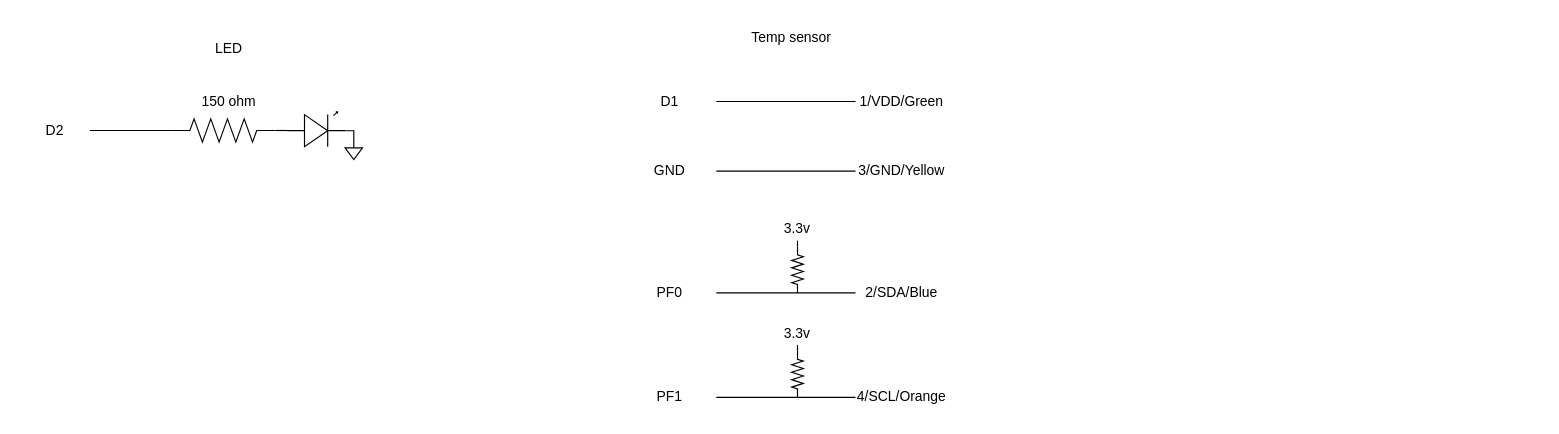
Earlier version of the draw.io diagram datasheets/electrical diagram.drawio (SvenWesterhof/stm32_layered_event-driven_architecture). Source tidied: cells renumbered, new cells numbered last; positions are measured from the earlier drawing's top-left corner, leaving out a move shared by most shapes. Both pictures are drawn from the tidied source at 116%, with x=0, y=0 at pixel (20, 20).
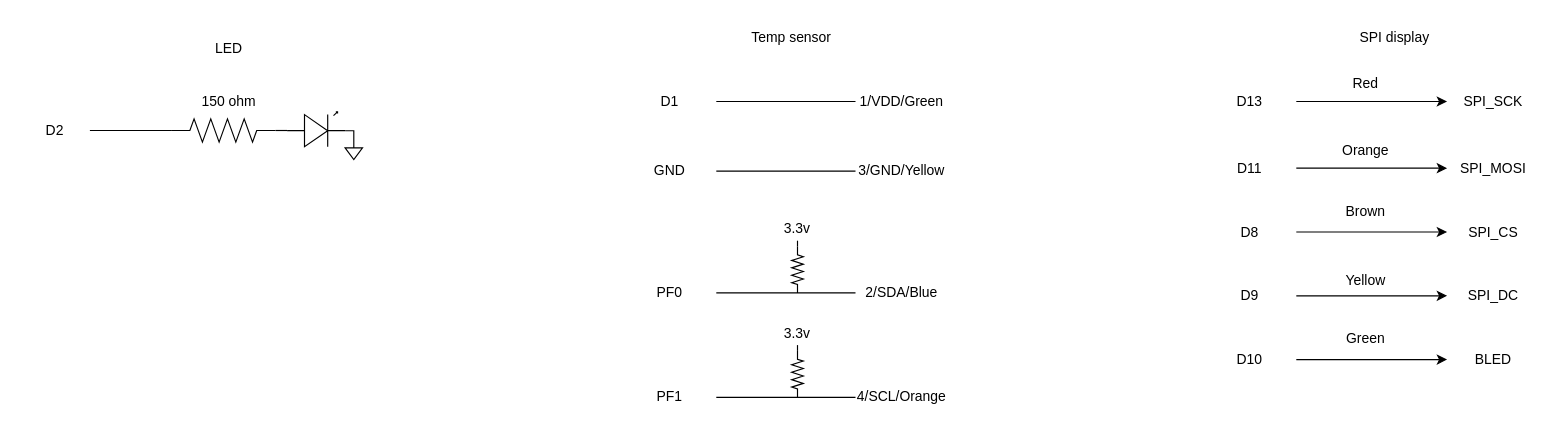
The same page after the edit.

Change to the diagram source:
```diff
@@
+    <mxCell id="30" value="SPI display" style="text;html=1;strokeColor=none;fillColor=none;align=center;verticalAlign=middle;whiteSpace=wrap;rounded=0;" parent="1" vertex="1">
+      <mxGeometry x="1130" width="110" height="30" as="geometry" />
+    </mxCell>
+    <mxCell id="31" style="edgeStyle=orthogonalEdgeStyle;rounded=0;jettySize=auto;html=1;exitX=1;exitY=0.5;exitDx=0;exitDy=0;entryX=0;entryY=0.5;entryDx=0;entryDy=0;" parent="1" edge="1" source="32" target="35">
+      <mxGeometry relative="1" as="geometry" />
+    </mxCell>
+    <mxCell id="32" value="D13" style="text;html=1;strokeColor=none;fillColor=none;align=center;verticalAlign=middle;whiteSpace=wrap;rounded=0;" parent="1" vertex="1">
+      <mxGeometry x="1020" y="57.5" width="80" height="25" as="geometry" />
+    </mxCell>
+    <mxCell id="33" style="edgeStyle=orthogonalEdgeStyle;rounded=0;jettySize=auto;html=1;exitX=1;exitY=0.5;exitDx=0;exitDy=0;entryX=0;entryY=0.5;entryDx=0;entryDy=0;" parent="1" edge="1" source="34" target="36">
+      <mxGeometry relative="1" as="geometry" />
+    </mxCell>
+    <mxCell id="34" value="D11" style="text;html=1;strokeColor=none;fillColor=none;align=center;verticalAlign=middle;whiteSpace=wrap;rounded=0;" parent="1" vertex="1">
+      <mxGeometry x="1020" y="115" width="80" height="25" as="geometry" />
+    </mxCell>
+    <mxCell id="35" value="SPI_SCK" style="text;html=1;strokeColor=none;fillColor=none;align=center;verticalAlign=middle;whiteSpace=wrap;rounded=0;" parent="1" vertex="1">
+      <mxGeometry x="1230" y="57.5" width="80" height="25" as="geometry" />
+    </mxCell>
+    <mxCell id="36" value="SPI_MOSI" style="text;html=1;strokeColor=none;fillColor=none;align=center;verticalAlign=middle;whiteSpace=wrap;rounded=0;" parent="1" vertex="1">
+      <mxGeometry x="1230" y="115" width="80" height="25" as="geometry" />
+    </mxCell>
+    <mxCell id="37" style="edgeStyle=orthogonalEdgeStyle;rounded=0;jettySize=auto;html=1;exitX=1;exitY=0.5;exitDx=0;exitDy=0;entryX=0;entryY=0.5;entryDx=0;entryDy=0;" parent="1" edge="1" source="38" target="43">
+      <mxGeometry relative="1" as="geometry" />
+    </mxCell>
+    <mxCell id="38" value="D8" style="text;html=1;strokeColor=none;fillColor=none;align=center;verticalAlign=middle;whiteSpace=wrap;rounded=0;" parent="1" vertex="1">
+      <mxGeometry x="1020" y="170" width="80" height="25" as="geometry" />
+    </mxCell>
+    <mxCell id="39" style="edgeStyle=orthogonalEdgeStyle;rounded=0;jettySize=auto;html=1;exitX=1;exitY=0.5;exitDx=0;exitDy=0;entryX=0;entryY=0.5;entryDx=0;entryDy=0;" parent="1" edge="1" source="40" target="44">
+      <mxGeometry relative="1" as="geometry" />
+    </mxCell>
+    <mxCell id="40" value="D9" style="text;html=1;strokeColor=none;fillColor=none;align=center;verticalAlign=middle;whiteSpace=wrap;rounded=0;" parent="1" vertex="1">
+      <mxGeometry x="1020" y="225" width="80" height="25" as="geometry" />
+    </mxCell>
+    <mxCell id="41" style="edgeStyle=orthogonalEdgeStyle;rounded=0;jettySize=auto;html=1;exitX=1;exitY=0.5;exitDx=0;exitDy=0;entryX=0;entryY=0.5;entryDx=0;entryDy=0;" parent="1" edge="1" source="42" target="45">
+      <mxGeometry relative="1" as="geometry" />
+    </mxCell>
+    <mxCell id="42" value="D10" style="text;html=1;strokeColor=none;fillColor=none;align=center;verticalAlign=middle;whiteSpace=wrap;rounded=0;" parent="1" vertex="1">
+      <mxGeometry x="1020" y="280" width="80" height="25" as="geometry" />
+    </mxCell>
+    <mxCell id="43" value="SPI_CS" style="text;html=1;strokeColor=none;fillColor=none;align=center;verticalAlign=middle;whiteSpace=wrap;rounded=0;" parent="1" vertex="1">
+      <mxGeometry x="1230" y="170" width="80" height="25" as="geometry" />
+    </mxCell>
+    <mxCell id="44" value="SPI_DC" style="text;html=1;strokeColor=none;fillColor=none;align=center;verticalAlign=middle;whiteSpace=wrap;rounded=0;" parent="1" vertex="1">
+      <mxGeometry x="1230" y="225" width="80" height="25" as="geometry" />
+    </mxCell>
+    <mxCell id="45" value="BLED" style="text;html=1;strokeColor=none;fillColor=none;align=center;verticalAlign=middle;whiteSpace=wrap;rounded=0;" parent="1" vertex="1">
+      <mxGeometry x="1230" y="280" width="80" height="25" as="geometry" />
+    </mxCell>
+    <mxCell id="46" value="Orange" style="text;html=1;strokeColor=none;fillColor=none;align=center;verticalAlign=middle;whiteSpace=wrap;rounded=0;" parent="1" vertex="1">
+      <mxGeometry x="1130" y="97.5" width="60" height="30" as="geometry" />
+    </mxCell>
+    <mxCell id="47" value="Red" style="text;html=1;strokeColor=none;fillColor=none;align=center;verticalAlign=middle;whiteSpace=wrap;rounded=0;" parent="1" vertex="1">
+      <mxGeometry x="1130" y="40" width="60" height="30" as="geometry" />
+    </mxCell>
+    <mxCell id="48" value="Brown" style="text;html=1;strokeColor=none;fillColor=none;align=center;verticalAlign=middle;whiteSpace=wrap;rounded=0;" parent="1" vertex="1">
+      <mxGeometry x="1130" y="150" width="60" height="30" as="geometry" />
+    </mxCell>
+    <mxCell id="49" value="Yellow" style="text;html=1;strokeColor=none;fillColor=none;align=center;verticalAlign=middle;whiteSpace=wrap;rounded=0;" parent="1" vertex="1">
+      <mxGeometry x="1130" y="210" width="60" height="30" as="geometry" />
+    </mxCell>
+    <mxCell id="50" value="Green" style="text;html=1;strokeColor=none;fillColor=none;align=center;verticalAlign=middle;whiteSpace=wrap;rounded=0;" parent="1" vertex="1">
+      <mxGeometry x="1130" y="260" width="60" height="30" as="geometry" />
+    </mxCell>
```
